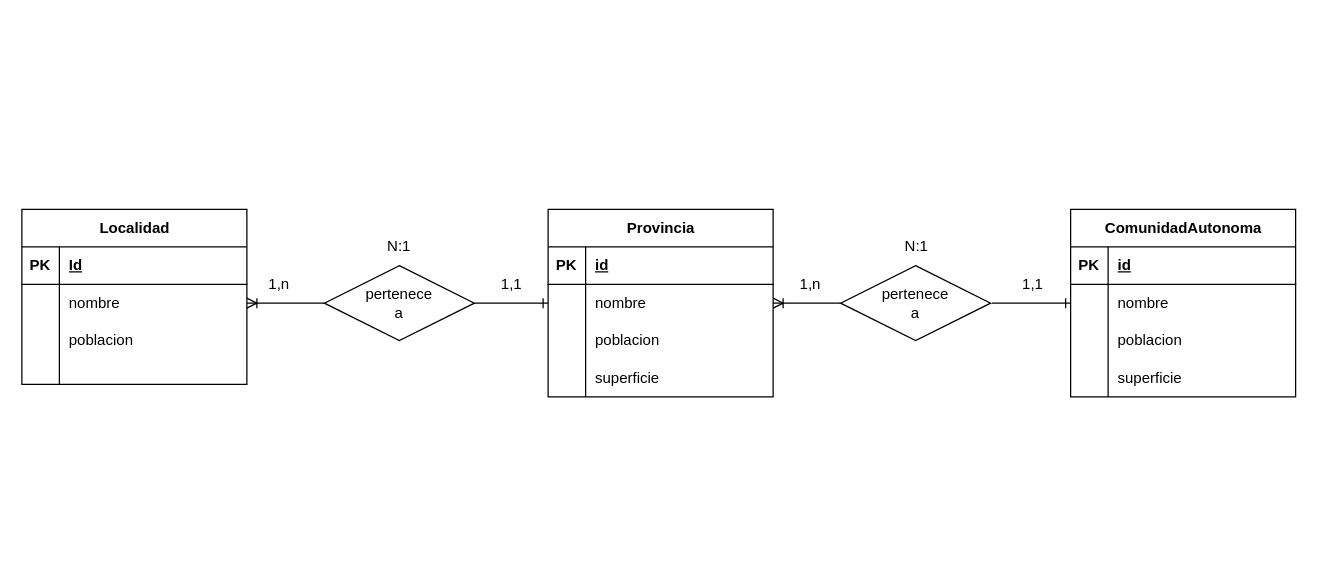
Above: Ejercicio03.drawio in Daninuro/diagrames-cvf-dn-mpl-n-11102023 (draw.io), before the change. Source tidied: cells renumbered, new cells numbered last; positions are measured from the earlier drawing's top-left corner, leaving out a move shared by most shapes. Both pictures are drawn from the tidied source at 125%, with x=0, y=0 at pixel (21, 209).
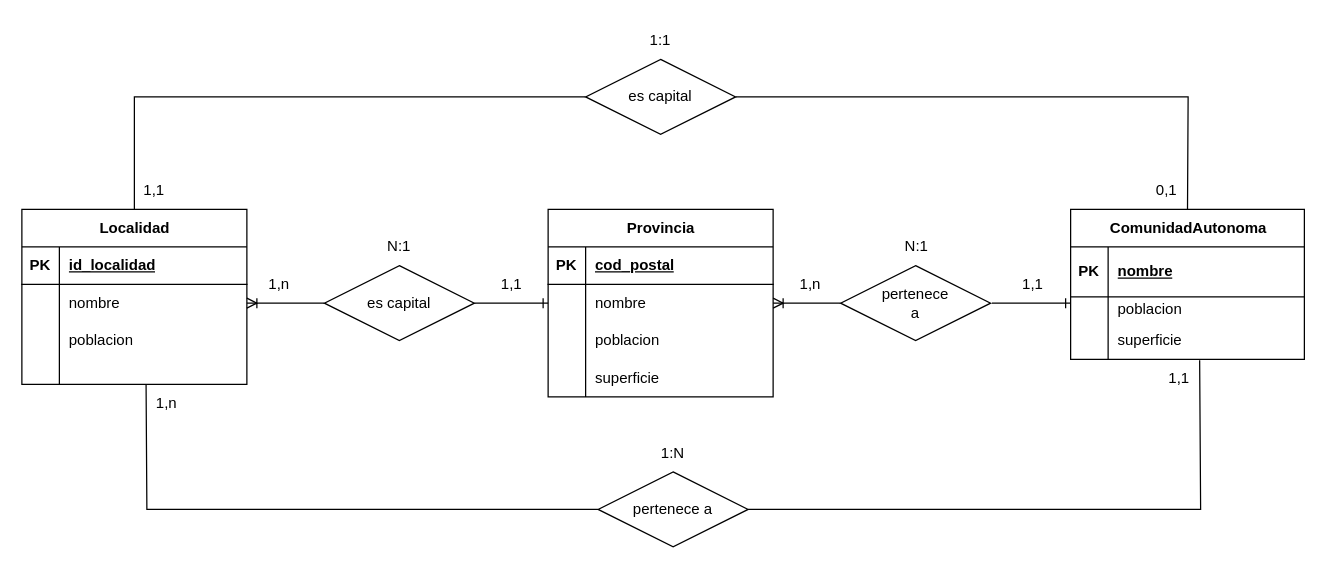
The same page after the edit.

The change refers to these unchanged cells:
```xml
<mxCell id="2" value="Localidad" style="shape=table;startSize=30;childLayout=tableLayout;rowLines=0;fontStyle=1;align=center;html=1;" parent="1" vertex="1">
  <mxGeometry width="180" height="140" as="geometry" />
</mxCell>
<mxCell id="3" style="shape=tableRow;horizontal=0;startSize=0;swimlaneHead=0;swimlaneBody=0;fillColor=none;top=0;left=0;right=0;bottom=1;" parent="2" vertex="1">
  <mxGeometry y="30" width="180" height="30" as="geometry" />
</mxCell>
<mxCell id="12" style="shape=tableRow;horizontal=0;startSize=0;swimlaneHead=0;swimlaneBody=0;fillColor=none;points=[[0,0.5],[1,0.5]];portConstraint=eastwest;top=0;left=0;right=0;bottom=0;" parent="2" vertex="1">
  <mxGeometry y="120" width="180" height="20" as="geometry" />
</mxCell>
<mxCell id="16" style="shape=tableRow;horizontal=0;startSize=0;swimlaneHead=0;swimlaneBody=0;fillColor=none;top=0;left=0;right=0;bottom=1;" parent="15" vertex="1">
  <mxGeometry y="30" width="180" height="30" as="geometry" />
</mxCell>
<mxCell id="51" value="1,1" style="text;html=1;strokeColor=none;fillColor=none;align=center;verticalAlign=middle;whiteSpace=wrap;rounded=0;" parent="1" vertex="1">
  <mxGeometry x="779" y="45" width="60" height="30" as="geometry" />
</mxCell>
```

What changed in the source:
```diff
@@
-    <mxCell id="5" value="Id" style="shape=partialRectangle;fillColor=none;top=0;left=0;bottom=0;right=0;align=left;spacingLeft=6;fontStyle=5;overflow=hidden;whiteSpace=wrap;html=1;" parent="3" vertex="1">
+    <mxCell id="5" value="id_localidad" style="shape=partialRectangle;fillColor=none;top=0;left=0;bottom=0;right=0;align=left;spacingLeft=6;fontStyle=5;overflow=hidden;whiteSpace=wrap;html=1;" parent="3" vertex="1">
       <mxGeometry x="30" width="150" height="30" as="geometry" />
     </mxCell>
@@
-    <mxCell id="18" value="id" style="shape=partialRectangle;fillColor=none;top=0;left=0;bottom=0;right=0;align=left;spacingLeft=6;fontStyle=5;overflow=hidden;whiteSpace=wrap;html=1;" parent="16" vertex="1">
+    <mxCell id="18" value="cod_postal" style="shape=partialRectangle;fillColor=none;top=0;left=0;bottom=0;right=0;align=left;spacingLeft=6;fontStyle=5;overflow=hidden;whiteSpace=wrap;html=1;" parent="16" vertex="1">
       <mxGeometry x="30" width="150" height="30" as="geometry" />
     </mxCell>
@@
     <mxCell id="28" value="ComunidadAutonoma" style="shape=table;startSize=30;childLayout=tableLayout;rowLines=0;fontStyle=1;align=center;html=1;" parent="1" vertex="1">
-      <mxGeometry x="839" width="180" height="150" as="geometry" />
+      <mxGeometry x="839" width="187" height="120" as="geometry" />
     </mxCell>
     <mxCell id="29" style="shape=tableRow;horizontal=0;startSize=0;swimlaneHead=0;swimlaneBody=0;fillColor=none;top=0;left=0;right=0;bottom=1;" parent="28" vertex="1">
-      <mxGeometry y="30" width="180" height="30" as="geometry" />
+      <mxGeometry y="30" width="187" height="40" as="geometry" />
     </mxCell>
     <mxCell id="30" value="PK" style="shape=partialRectangle;fillColor=none;top=0;left=0;bottom=0;right=0;fontStyle=1;overflow=hidden;whiteSpace=wrap;html=1;" parent="29" vertex="1">
-      <mxGeometry width="30" height="30" as="geometry" />
+      <mxGeometry width="30" height="40" as="geometry" />
     </mxCell>
-    <mxCell id="31" value="id" style="shape=partialRectangle;fillColor=none;top=0;left=0;bottom=0;right=0;align=left;spacingLeft=6;fontStyle=5;overflow=hidden;whiteSpace=wrap;html=1;" parent="29" vertex="1">
-      <mxGeometry x="30" width="150" height="30" as="geometry" />
+    <mxCell id="31" value="nombre" style="shape=partialRectangle;fillColor=none;top=0;left=0;bottom=0;right=0;align=left;spacingLeft=6;fontStyle=5;overflow=hidden;whiteSpace=wrap;html=1;" parent="29" vertex="1">
+      <mxGeometry x="30" width="157" height="40" as="geometry" />
     </mxCell>
-    <mxCell id="32" style="shape=tableRow;horizontal=0;startSize=0;swimlaneHead=0;swimlaneBody=0;fillColor=none;points=[[0,0.5],[1,0.5]];portConstraint=eastwest;top=0;left=0;right=0;bottom=0;" parent="28" vertex="1">
-      <mxGeometry y="60" width="180" height="30" as="geometry" />
-    </mxCell>
-    <mxCell id="33" style="shape=partialRectangle;fillColor=none;top=0;left=0;bottom=0;right=0;overflow=hidden;whiteSpace=wrap;html=1;" parent="32" vertex="1">
-      <mxGeometry width="30" height="30" as="geometry" />
-    </mxCell>
-    <mxCell id="34" value="nombre" style="shape=partialRectangle;fillColor=none;top=0;left=0;bottom=0;right=0;align=left;spacingLeft=6;overflow=hidden;whiteSpace=wrap;html=1;" parent="32" vertex="1">
-      <mxGeometry x="30" width="150" height="30" as="geometry" />
-    </mxCell>
     <mxCell id="35" style="shape=tableRow;horizontal=0;startSize=0;swimlaneHead=0;swimlaneBody=0;fillColor=none;top=0;left=0;right=0;bottom=0;" parent="28" vertex="1">
-      <mxGeometry y="90" width="180" height="30" as="geometry" />
+      <mxGeometry y="70" width="187" height="20" as="geometry" />
     </mxCell>
     <mxCell id="36" style="shape=partialRectangle;fillColor=none;top=0;left=0;bottom=0;right=0;overflow=hidden;whiteSpace=wrap;html=1;" parent="35" vertex="1">
-      <mxGeometry width="30" height="30" as="geometry" />
+      <mxGeometry width="30" height="20" as="geometry" />
     </mxCell>
     <mxCell id="37" value="poblacion" style="shape=partialRectangle;fillColor=none;top=0;left=0;bottom=0;right=0;align=left;spacingLeft=6;overflow=hidden;whiteSpace=wrap;html=1;" parent="35" vertex="1">
-      <mxGeometry x="30" width="150" height="30" as="geometry" />
+      <mxGeometry x="30" width="157" height="20" as="geometry" />
     </mxCell>
     <mxCell id="38" style="shape=tableRow;horizontal=0;startSize=0;swimlaneHead=0;swimlaneBody=0;fillColor=none;points=[[0,0.5],[1,0.5]];portConstraint=eastwest;top=0;left=0;right=0;bottom=0;" parent="28" vertex="1">
-      <mxGeometry y="120" width="180" height="30" as="geometry" />
+      <mxGeometry y="90" width="187" height="30" as="geometry" />
     </mxCell>
@@
     <mxCell id="40" value="superficie" style="shape=partialRectangle;fillColor=none;top=0;left=0;bottom=0;right=0;align=left;spacingLeft=6;overflow=hidden;whiteSpace=wrap;html=1;" parent="38" vertex="1">
-      <mxGeometry x="30" width="150" height="30" as="geometry" />
+      <mxGeometry x="30" width="157" height="30" as="geometry" />
     </mxCell>
-    <mxCell id="41" value="pertenece&lt;br&gt;a" style="shape=rhombus;perimeter=rhombusPerimeter;whiteSpace=wrap;html=1;align=center;" parent="1" vertex="1">
+    <mxCell id="41" value="es capital" style="shape=rhombus;perimeter=rhombusPerimeter;whiteSpace=wrap;html=1;align=center;" parent="1" vertex="1">
       <mxGeometry x="242" y="45" width="120" height="60" as="geometry" />
     </mxCell>
@@
-    <mxCell id="46" style="edgeStyle=entityRelationEdgeStyle;fontSize=12;html=1;endArrow=ERone;endFill=1;rounded=0;entryX=0;entryY=0.5;entryDx=0;entryDy=0;" parent="1" edge="1" target="32">
+    <mxCell id="46" style="edgeStyle=entityRelationEdgeStyle;fontSize=12;html=1;endArrow=ERone;endFill=1;rounded=0;entryX=1;entryY=1;entryDx=0;entryDy=0;" parent="1" edge="1" target="51">
       <mxGeometry relative="1" as="geometry">
         <mxPoint x="776" y="75" as="sourcePoint" />
       </mxGeometry>
     </mxCell>
@@
+    <mxCell id="53" value="es capital" style="shape=rhombus;perimeter=rhombusPerimeter;whiteSpace=wrap;html=1;align=center;" parent="1" vertex="1">
+      <mxGeometry x="451" y="-120" width="120" height="60" as="geometry" />
+    </mxCell>
+    <mxCell id="54" style="endArrow=none;html=1;rounded=0;exitX=0.5;exitY=0;exitDx=0;exitDy=0;entryX=0;entryY=0.5;entryDx=0;entryDy=0;" parent="1" edge="1" source="2" target="53">
+      <mxGeometry relative="1" as="geometry">
+        <Array as="points">
+          <mxPoint x="90" y="-90" />
+        </Array>
+      </mxGeometry>
+    </mxCell>
+    <mxCell id="55" style="endArrow=none;html=1;rounded=0;entryX=0.5;entryY=0;entryDx=0;entryDy=0;exitX=1;exitY=0.5;exitDx=0;exitDy=0;" parent="1" edge="1" source="53" target="28">
+      <mxGeometry relative="1" as="geometry">
+        <Array as="points">
+          <mxPoint x="933" y="-90" />
+        </Array>
+      </mxGeometry>
+    </mxCell>
+    <mxCell id="56" value="0,1" style="text;html=1;strokeColor=none;fillColor=none;align=center;verticalAlign=middle;whiteSpace=wrap;rounded=0;" parent="1" vertex="1">
+      <mxGeometry x="886" y="-30" width="60" height="30" as="geometry" />
+    </mxCell>
+    <mxCell id="57" value="1:1" style="text;html=1;strokeColor=none;fillColor=none;align=center;verticalAlign=middle;whiteSpace=wrap;rounded=0;" parent="1" vertex="1">
+      <mxGeometry x="481" y="-150" width="60" height="30" as="geometry" />
+    </mxCell>
+    <mxCell id="58" value="1,1" style="text;html=1;strokeColor=none;fillColor=none;align=center;verticalAlign=middle;whiteSpace=wrap;rounded=0;" parent="1" vertex="1">
+      <mxGeometry x="76" y="-30" width="60" height="30" as="geometry" />
+    </mxCell>
+    <mxCell id="59" value="pertenece a" style="shape=rhombus;perimeter=rhombusPerimeter;whiteSpace=wrap;html=1;align=center;" parent="1" vertex="1">
+      <mxGeometry x="461" y="210" width="120" height="60" as="geometry" />
+    </mxCell>
+    <mxCell id="60" style="endArrow=none;html=1;rounded=0;exitX=0.552;exitY=1.008;exitDx=0;exitDy=0;entryX=0;entryY=0.5;entryDx=0;entryDy=0;exitPerimeter=0;" parent="1" edge="1" source="12" target="59">
+      <mxGeometry relative="1" as="geometry">
+        <Array as="points">
+          <mxPoint x="100" y="240" />
+        </Array>
+      </mxGeometry>
+    </mxCell>
+    <mxCell id="61" style="endArrow=none;html=1;rounded=0;exitX=1;exitY=0.5;exitDx=0;exitDy=0;entryX=0.552;entryY=1.022;entryDx=0;entryDy=0;entryPerimeter=0;" parent="1" edge="1" source="59" target="38">
+      <mxGeometry relative="1" as="geometry">
+        <Array as="points">
+          <mxPoint x="943" y="240" />
+        </Array>
+      </mxGeometry>
+    </mxCell>
+    <mxCell id="62" value="1,1" style="text;html=1;strokeColor=none;fillColor=none;align=center;verticalAlign=middle;whiteSpace=wrap;rounded=0;" parent="1" vertex="1">
+      <mxGeometry x="896" y="120" width="60" height="30" as="geometry" />
+    </mxCell>
+    <mxCell id="63" value="1:N" style="text;html=1;strokeColor=none;fillColor=none;align=center;verticalAlign=middle;whiteSpace=wrap;rounded=0;" parent="1" vertex="1">
+      <mxGeometry x="491" y="180" width="60" height="30" as="geometry" />
+    </mxCell>
+    <mxCell id="64" value="1,n" style="text;html=1;strokeColor=none;fillColor=none;align=center;verticalAlign=middle;whiteSpace=wrap;rounded=0;" parent="1" vertex="1">
+      <mxGeometry x="86" y="140" width="60" height="30" as="geometry" />
+    </mxCell>
```
